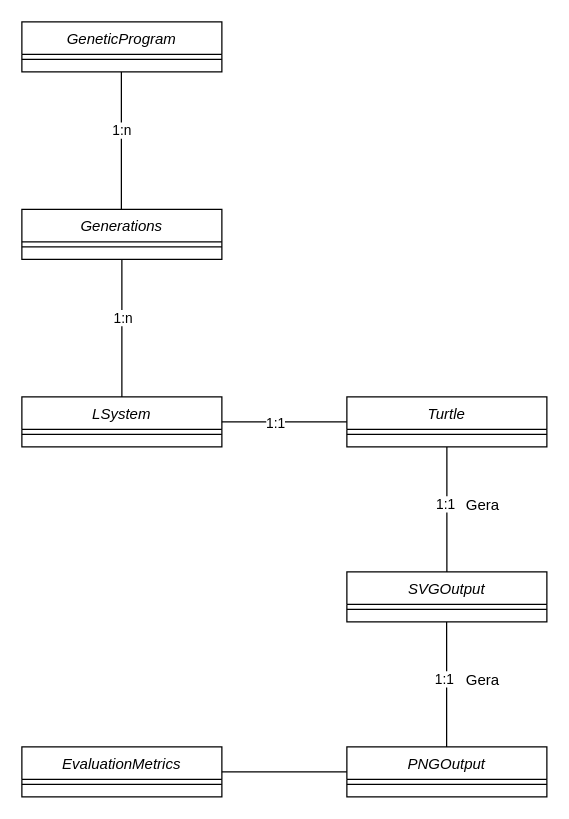
This is Diagramas/SSS-Classes.drawio from oihugu/EV-Plants-Simpler, a draw.io file, before an edit. Source tidied: cells renumbered, new cells numbered last; positions are measured from the earlier drawing's top-left corner, leaving out a move shared by most shapes. Both pictures are drawn from the tidied source at 125%, with x=0, y=0 at pixel (21, 21).
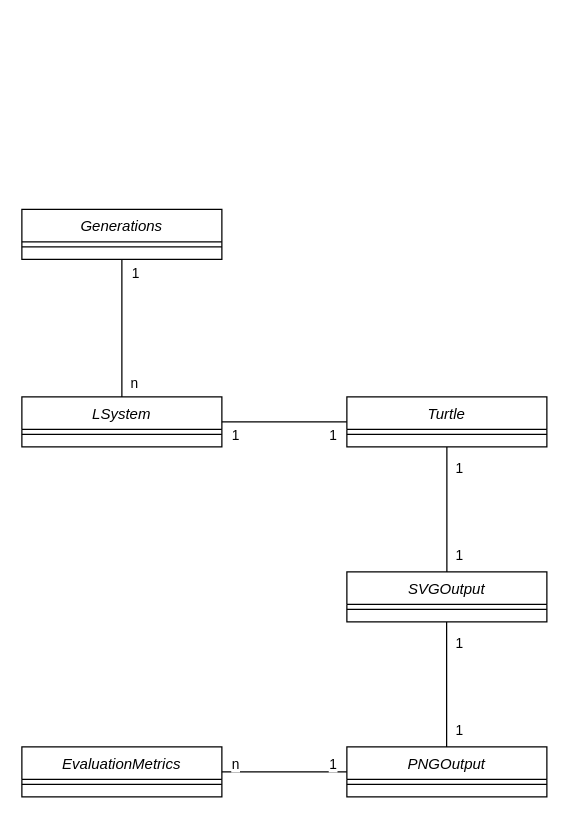
The same diagram, later.

The change refers to these unchanged cells:
```xml
<mxCell id="10" style="endArrow=none;html=1;rounded=0;exitX=1;exitY=0.5;exitDx=0;exitDy=0;entryX=0;entryY=0.5;entryDx=0;entryDy=0;" parent="1" edge="1" source="2" target="4">
  <mxGeometry relative="1" as="geometry" />
</mxCell>
<mxCell id="12" style="endArrow=none;html=1;rounded=0;entryX=0.5;entryY=1;entryDx=0;entryDy=0;" parent="1" edge="1" source="6" target="4">
  <mxGeometry relative="1" as="geometry" />
</mxCell>
<mxCell id="14" style="endArrow=none;html=1;rounded=0;entryX=0.5;entryY=1;entryDx=0;entryDy=0;" parent="1" edge="1">
  <mxGeometry relative="1" as="geometry">
    <mxPoint x="339.8" y="580" as="sourcePoint" />
    <mxPoint x="339.8" y="480" as="targetPoint" />
  </mxGeometry>
</mxCell>
<mxCell id="24" style="endArrow=none;html=1;rounded=0;exitX=0.5;exitY=1;exitDx=0;exitDy=0;" parent="1" edge="1" source="22" target="2">
  <mxGeometry relative="1" as="geometry" />
</mxCell>
```

Change to the diagram source:
```diff
@@
-    <mxCell id="11" value="1:1" style="edgeLabel;html=1;align=center;verticalAlign=middle;" parent="10" vertex="1">
-      <mxGeometry x="-0.16" relative="1" as="geometry" />
+    <mxCell id="11" value="1" style="edgeLabel;html=1;align=center;verticalAlign=middle;" parent="10" vertex="1">
+      <mxGeometry x="-0.16" relative="1" as="geometry">
+        <mxPoint x="-32" y="10" as="offset" />
+      </mxGeometry>
     </mxCell>
@@
-    <mxCell id="13" value="1:1" style="edgeLabel;html=1;align=center;verticalAlign=middle;" parent="12" vertex="1">
-      <mxGeometry x="0.1" y="2" relative="1" as="geometry" />
-    </mxCell>
@@
-    <mxCell id="15" value="1:1" style="edgeLabel;html=1;align=center;verticalAlign=middle;" parent="14" vertex="1">
-      <mxGeometry x="0.1" y="2" relative="1" as="geometry" />
-    </mxCell>
@@
-    <mxCell id="20" value="Gera" style="text;html=1;strokeColor=none;fillColor=none;align=center;verticalAlign=middle;whiteSpace=wrap;rounded=0;" parent="1" vertex="1">
-      <mxGeometry x="354" y="380" width="30" height="14" as="geometry" />
-    </mxCell>
-    <mxCell id="21" value="Gera" style="text;html=1;strokeColor=none;fillColor=none;align=center;verticalAlign=middle;whiteSpace=wrap;rounded=0;" parent="1" vertex="1">
-      <mxGeometry x="354" y="520" width="30" height="14" as="geometry" />
-    </mxCell>
@@
-    <mxCell id="25" value="1:n" style="edgeLabel;html=1;align=center;verticalAlign=middle;" parent="24" vertex="1">
-      <mxGeometry x="-0.16" relative="1" as="geometry" />
+    <mxCell id="25" value="1" style="edgeLabel;html=1;align=center;verticalAlign=middle;" parent="24" vertex="1">
+      <mxGeometry x="-0.16" relative="1" as="geometry">
+        <mxPoint x="10" y="-36" as="offset" />
+      </mxGeometry>
     </mxCell>
-    <mxCell id="26" value="GeneticProgram" style="swimlane;fontStyle=2;align=center;verticalAlign=top;horizontal=1;startSize=26;rounded=0;shadow=0;strokeWidth=1;" parent="1" vertex="1">
-      <mxGeometry width="160" height="40" as="geometry" />
-    </mxCell>
-    <mxCell id="27" style="line;html=1;strokeWidth=1;align=left;verticalAlign=middle;spacingTop=-1;spacingLeft=3;spacingRight=3;labelPosition=right;" parent="26" vertex="1">
-      <mxGeometry y="26" width="160" height="8" as="geometry" />
-    </mxCell>
-    <mxCell id="28" style="endArrow=none;html=1;rounded=0;exitX=0.5;exitY=1;exitDx=0;exitDy=0;" parent="1" edge="1">
-      <mxGeometry relative="1" as="geometry">
-        <mxPoint x="79.6" y="40" as="sourcePoint" />
-        <mxPoint x="79.6" y="150" as="targetPoint" />
-      </mxGeometry>
-    </mxCell>
-    <mxCell id="29" value="1:n" style="edgeLabel;html=1;align=center;verticalAlign=middle;" parent="28" vertex="1">
-      <mxGeometry x="-0.16" relative="1" as="geometry" />
-    </mxCell>
+    <mxCell id="30" value="n" style="edgeLabel;html=1;align=center;verticalAlign=middle;" parent="1" vertex="1">
+      <mxGeometry x="90" y="280" as="geometry">
+        <mxPoint x="-1" y="8" as="offset" />
+      </mxGeometry>
+    </mxCell>
+    <mxCell id="31" value="1" style="edgeLabel;html=1;align=center;verticalAlign=middle;" parent="1" vertex="1">
+      <mxGeometry x="179.7" y="344" as="geometry">
+        <mxPoint x="69" y="-14" as="offset" />
+      </mxGeometry>
+    </mxCell>
+    <mxCell id="32" value="1" style="edgeLabel;html=1;align=center;verticalAlign=middle;" parent="1" vertex="1">
+      <mxGeometry x="280" y="370" as="geometry">
+        <mxPoint x="69" y="-14" as="offset" />
+      </mxGeometry>
+    </mxCell>
+    <mxCell id="33" value="1" style="edgeLabel;html=1;align=center;verticalAlign=middle;" parent="1" vertex="1">
+      <mxGeometry x="280" y="440" as="geometry">
+        <mxPoint x="69" y="-14" as="offset" />
+      </mxGeometry>
+    </mxCell>
+    <mxCell id="34" value="1" style="edgeLabel;html=1;align=center;verticalAlign=middle;" parent="1" vertex="1">
+      <mxGeometry x="280" y="510" as="geometry">
+        <mxPoint x="69" y="-14" as="offset" />
+      </mxGeometry>
+    </mxCell>
+    <mxCell id="35" value="1" style="edgeLabel;html=1;align=center;verticalAlign=middle;" parent="1" vertex="1">
+      <mxGeometry x="280" y="580" as="geometry">
+        <mxPoint x="69" y="-14" as="offset" />
+      </mxGeometry>
+    </mxCell>
+    <mxCell id="36" value="n" style="edgeLabel;html=1;align=center;verticalAlign=middle;" parent="1" vertex="1">
+      <mxGeometry x="170" y="593" as="geometry" />
+    </mxCell>
+    <mxCell id="37" value="1" style="edgeLabel;html=1;align=center;verticalAlign=middle;" parent="1" vertex="1">
+      <mxGeometry x="179.7" y="607" as="geometry">
+        <mxPoint x="69" y="-14" as="offset" />
+      </mxGeometry>
+    </mxCell>
```
